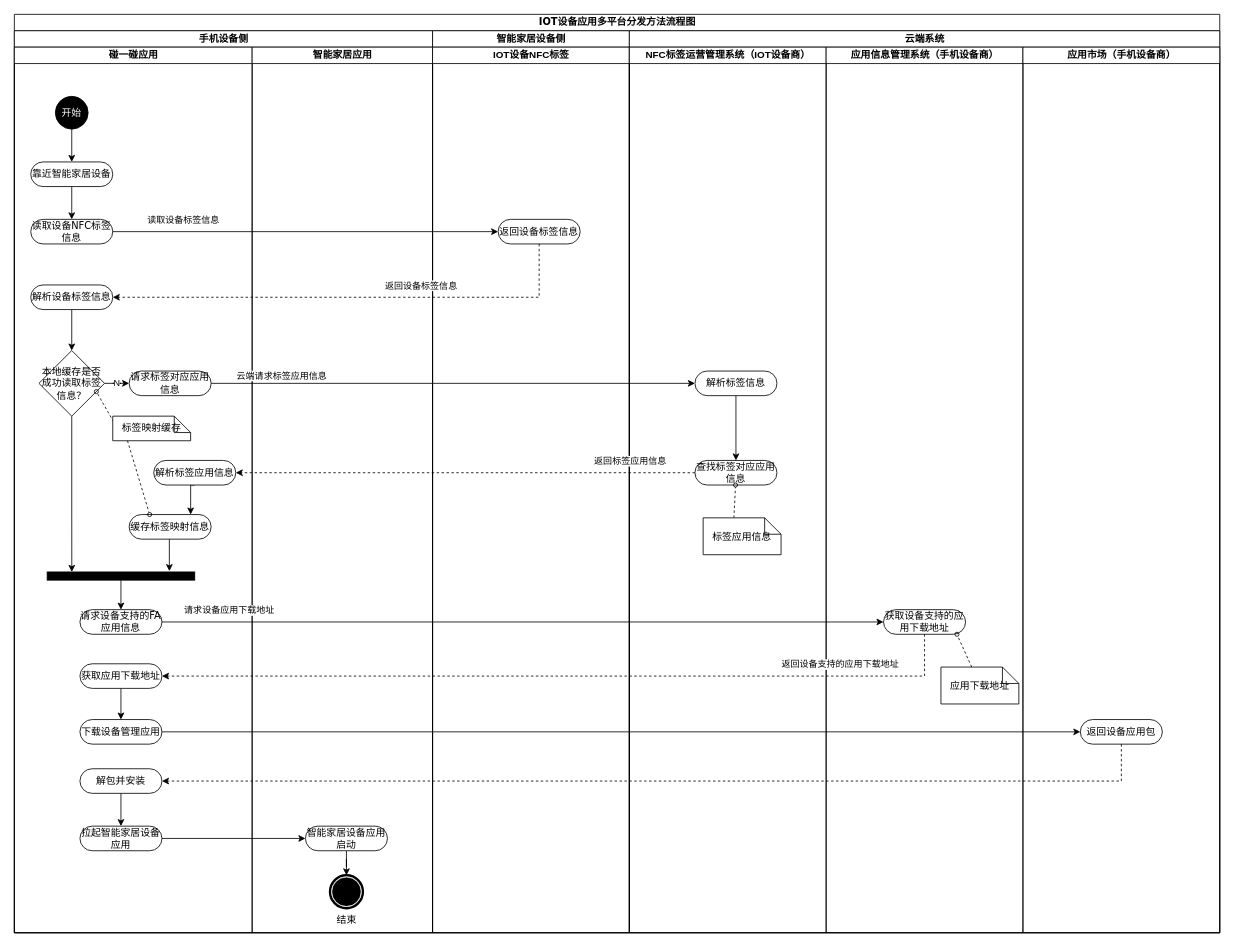
This is draw/一种IOT设备应用多平台的分发方法.drawio from befairyliu/draw.io, a draw.io file, before an edit. Source tidied: cells renumbered, new cells numbered last; positions are measured from the earlier drawing's top-left corner, leaving out a move shared by most shapes. Both pictures are drawn from the tidied source at 82%, with x=0, y=0 at pixel (14, 14).
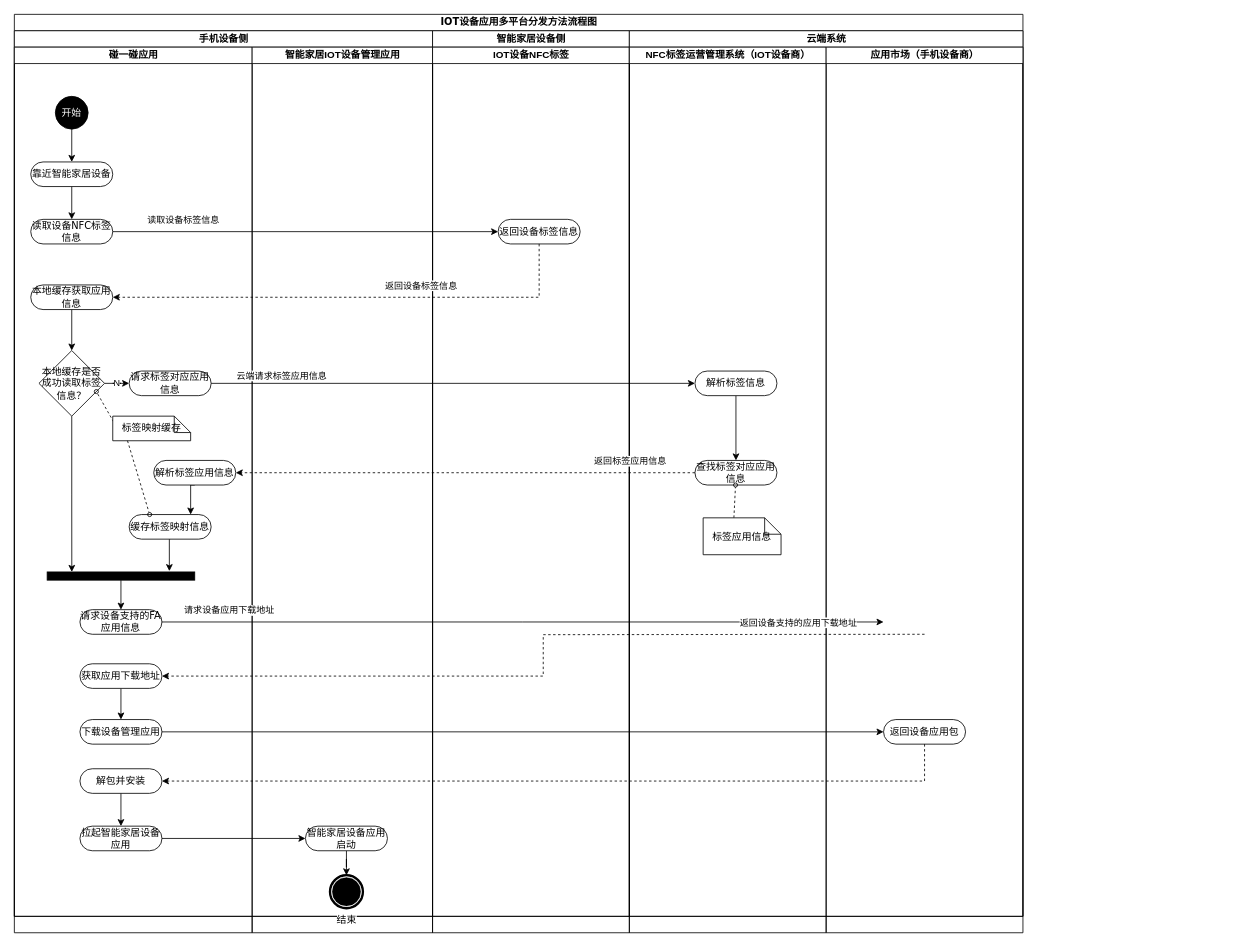
Above is the later version.

Commit message (it also covers changes not shown here):
Update 一种IOT设备应用多平台的分发方法.drawio

Unchanged cells that the change refers to:
```xml
<mxCell id="4" value="碰一碰应用" style="swimlane;html=1;startSize=20;" parent="3" vertex="1">
  <mxGeometry y="20" width="290" height="1080" as="geometry" />
</mxCell>
<mxCell id="16" value="请求设备支持的FA应用信息" style="rounded=1;whiteSpace=wrap;html=1;shadow=0;comic=0;labelBackgroundColor=none;strokeWidth=1;fontFamily=Verdana;fontSize=12;align=center;arcSize=50;" parent="4" vertex="1">
  <mxGeometry x="80" y="686" width="100" height="30" as="geometry" />
</mxCell>
<mxCell id="18" value="获取应用下载地址" style="rounded=1;whiteSpace=wrap;html=1;shadow=0;comic=0;labelBackgroundColor=none;strokeWidth=1;fontFamily=Verdana;fontSize=12;align=center;arcSize=50;" parent="4" vertex="1">
  <mxGeometry x="80" y="752" width="100" height="30" as="geometry" />
</mxCell>
```

The edit, as a diff of the source:
```diff
@@
     <mxCell id="2" value="IOT设备应用多平台分发方法流程图" style="swimlane;html=1;startSize=20;rounded=0;shadow=0;comic=0;labelBackgroundColor=none;strokeWidth=1;fontFamily=Verdana;fontSize=12;align=center;" parent="1" vertex="1">
-      <mxGeometry width="1470" height="1120" as="geometry" />
+      <mxGeometry width="1230" height="1100" as="geometry" />
     </mxCell>
     <mxCell id="3" value="手机设备侧" style="swimlane;html=1;startSize=20;" parent="2" vertex="1">
-      <mxGeometry y="20" width="510" height="1100" as="geometry" />
+      <mxGeometry y="20" width="510" height="1080" as="geometry" />
     </mxCell>
@@
-    <mxCell id="14" value="解析设备标签信息" style="rounded=1;whiteSpace=wrap;html=1;shadow=0;comic=0;labelBackgroundColor=none;strokeWidth=1;fontFamily=Verdana;fontSize=12;align=center;arcSize=50;" parent="4" vertex="1">
+    <mxCell id="14" value="本地缓存获取应用信息" style="rounded=1;whiteSpace=wrap;html=1;shadow=0;comic=0;labelBackgroundColor=none;strokeWidth=1;fontFamily=Verdana;fontSize=12;align=center;arcSize=50;" parent="4" vertex="1">
       <mxGeometry x="20" y="290" width="100" height="30" as="geometry" />
     </mxCell>
@@
-    <mxCell id="32" value="智能家居应用" style="swimlane;html=1;startSize=20;" parent="3" vertex="1">
+    <mxCell id="32" value="智能家居IOT设备管理应用" style="swimlane;html=1;startSize=20;" parent="3" vertex="1">
       <mxGeometry x="290" y="20" width="220" height="1080" as="geometry" />
     </mxCell>
@@
     <mxCell id="37" value="智能家居设备侧" style="swimlane;html=1;startSize=20;" parent="2" vertex="1">
-      <mxGeometry x="510" y="20" width="240" height="1100" as="geometry" />
+      <mxGeometry x="510" y="20" width="240" height="1080" as="geometry" />
     </mxCell>
@@
     <mxCell id="46" value="云端系统" style="swimlane;html=1;startSize=20;" parent="2" vertex="1">
-      <mxGeometry x="750" y="20" width="720" height="1100" as="geometry" />
+      <mxGeometry x="750" y="20" width="480" height="1080" as="geometry" />
     </mxCell>
@@
-    <mxCell id="53" value="应用信息管理系统（手机设备商）" style="swimlane;html=1;startSize=20;" parent="46" vertex="1">
-      <mxGeometry x="240" y="20" width="240" height="1080" as="geometry" />
-    </mxCell>
-    <mxCell id="54" value="获取设备支持的应用下载地址" style="rounded=1;whiteSpace=wrap;html=1;shadow=0;comic=0;labelBackgroundColor=none;strokeWidth=1;fontFamily=Verdana;fontSize=12;align=center;arcSize=50;" parent="53" vertex="1">
-      <mxGeometry x="70" y="686" width="100" height="30" as="geometry" />
-    </mxCell>
-    <mxCell id="55" style="edgeStyle=none;rounded=0;html=1;dashed=1;labelBackgroundColor=none;startArrow=none;startFill=0;startSize=5;endArrow=oval;endFill=0;endSize=5;jettySize=auto;strokeWidth=1;fontFamily=Verdana;fontSize=12;exitX=0;exitY=0;exitDx=37.5;exitDy=0;exitPerimeter=0;" parent="53" edge="1" source="56">
-      <mxGeometry relative="1" as="geometry">
-        <mxPoint x="159.5" y="716" as="targetPoint" />
-      </mxGeometry>
-    </mxCell>
-    <mxCell id="56" value="应用下载地址" style="shape=note;whiteSpace=wrap;html=1;rounded=0;shadow=0;comic=0;labelBackgroundColor=none;strokeWidth=1;fontFamily=Verdana;fontSize=12;align=center;size=20;" parent="53" vertex="1">
-      <mxGeometry x="140" y="756" width="95" height="45" as="geometry" />
-    </mxCell>
     <mxCell id="57" value="应用市场（手机设备商）" style="swimlane;html=1;startSize=20;" parent="46" vertex="1">
-      <mxGeometry x="480" y="20" width="240" height="1080" as="geometry" />
+      <mxGeometry x="240" y="20" width="240" height="1080" as="geometry" />
     </mxCell>
@@
-    <mxCell id="61" style="edgeStyle=orthogonalEdgeStyle;rounded=0;jettySize=auto;html=1;exitX=1;exitY=0.5;exitDx=0;exitDy=0;entryX=0;entryY=0.5;entryDx=0;entryDy=0;" parent="2" edge="1" source="16" target="54">
-      <mxGeometry relative="1" as="geometry" />
+    <mxCell id="61" style="edgeStyle=orthogonalEdgeStyle;rounded=0;jettySize=auto;html=1;exitX=1;exitY=0.5;exitDx=0;exitDy=0;entryX=0;entryY=0.5;entryDx=0;entryDy=0;" parent="2" edge="1" source="16">
+      <mxGeometry relative="1" as="geometry">
+        <mxPoint x="1060" y="741" as="targetPoint" />
+      </mxGeometry>
     </mxCell>
@@
-    <mxCell id="63" style="edgeStyle=orthogonalEdgeStyle;rounded=0;jettySize=auto;html=1;exitX=0.5;exitY=1;exitDx=0;exitDy=0;entryX=1;entryY=0.5;entryDx=0;entryDy=0;dashed=1;" parent="2" edge="1" source="54" target="18">
-      <mxGeometry relative="1" as="geometry" />
+    <mxCell id="63" style="edgeStyle=orthogonalEdgeStyle;rounded=0;jettySize=auto;html=1;exitX=0.5;exitY=1;exitDx=0;exitDy=0;entryX=1;entryY=0.5;entryDx=0;entryDy=0;dashed=1;" parent="2" edge="1" target="18">
+      <mxGeometry relative="1" as="geometry">
+        <mxPoint x="1110" y="756" as="sourcePoint" />
+      </mxGeometry>
     </mxCell>
```
